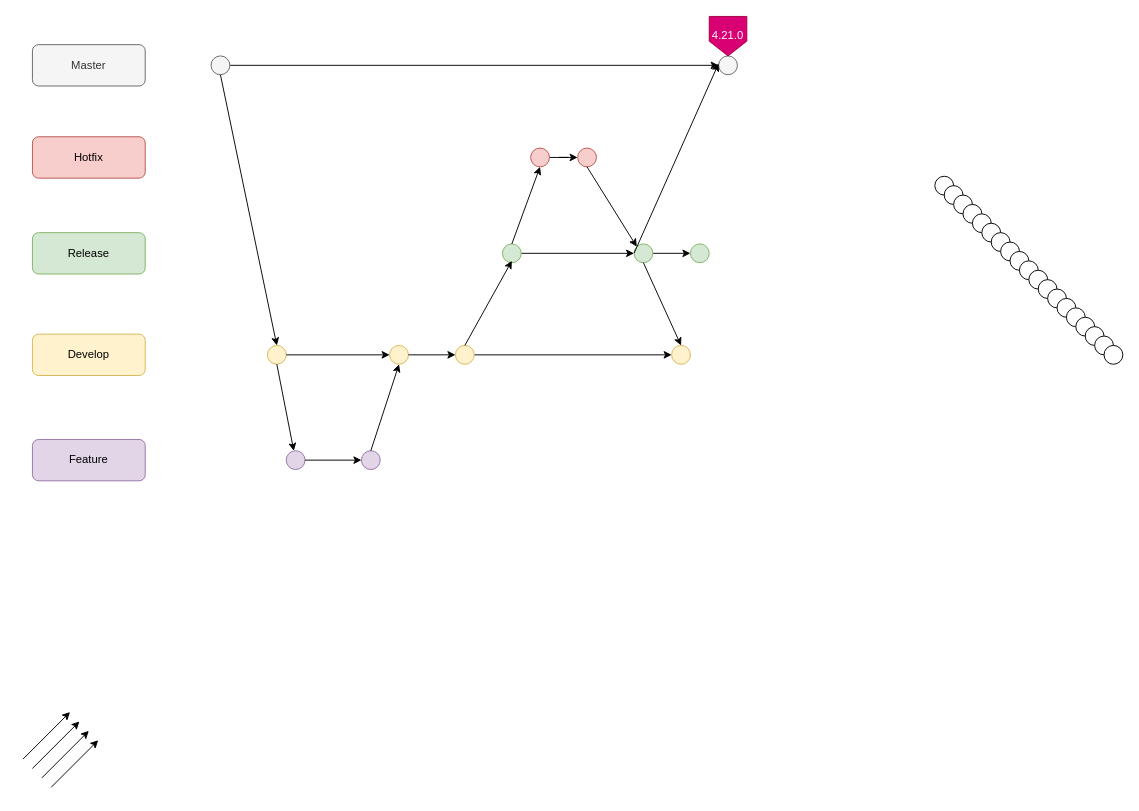
Earlier version of the draw.io diagram gm_diagram/Untitled Diagram.drawio (Xaviou1003/uml_diagram_draw). Source tidied: cells renumbered, new cells numbered last; positions are measured from the earlier drawing's top-left corner, leaving out a move shared by most shapes. Both pictures are drawn from the tidied source at 94%, with x=0, y=0 at pixel (23, 16).
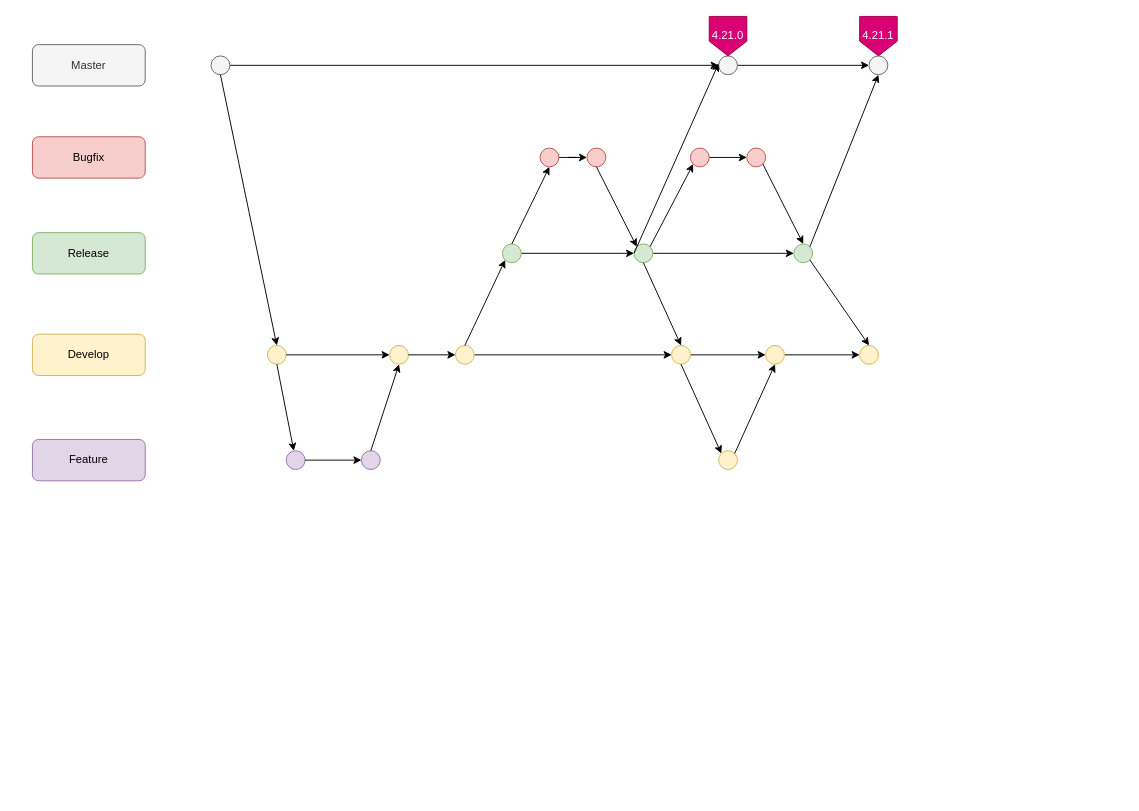
After the change.

The change refers to these unchanged cells:
```xml
<mxCell id="4" style="ellipse;whiteSpace=wrap;html=1;fillColor=#f5f5f5;strokeColor=#666666;fontColor=#333333;" parent="1" vertex="1">
  <mxGeometry x="740" y="42" width="20" height="20" as="geometry" />
</mxCell>
<mxCell id="10" style="ellipse;whiteSpace=wrap;html=1;fillColor=#fff2cc;strokeColor=#d6b656;" parent="1" vertex="1">
  <mxGeometry x="460" y="350" width="20" height="20" as="geometry" />
</mxCell>
<mxCell id="11" style="ellipse;whiteSpace=wrap;html=1;fillColor=#fff2cc;strokeColor=#d6b656;" parent="1" vertex="1">
  <mxGeometry x="690" y="350" width="20" height="20" as="geometry" />
</mxCell>
<mxCell id="13" style="ellipse;whiteSpace=wrap;html=1;fillColor=#d5e8d4;strokeColor=#82b366;" parent="1" vertex="1">
  <mxGeometry x="510" y="242" width="20" height="20" as="geometry" />
</mxCell>
<mxCell id="15" style="ellipse;whiteSpace=wrap;html=1;fillColor=#d5e8d4;strokeColor=#82b366;" parent="1" vertex="1">
  <mxGeometry x="650" y="242" width="20" height="20" as="geometry" />
</mxCell>
```

Diff of the diagram source:
```diff
@@
+    <mxCell id="60" style="edgeStyle=orthogonalEdgeStyle;rounded=0;jettySize=auto;html=1;" parent="1" edge="1" source="4" target="61">
+      <mxGeometry relative="1" as="geometry" />
+    </mxCell>
@@
+    <mxCell id="61" style="ellipse;whiteSpace=wrap;html=1;fillColor=#f5f5f5;strokeColor=#666666;fontColor=#333333;" parent="1" vertex="1">
+      <mxGeometry x="900" y="42" width="20" height="20" as="geometry" />
+    </mxCell>
@@
+    <mxCell id="62" style="edgeStyle=orthogonalEdgeStyle;rounded=0;jettySize=auto;html=1;" parent="1" edge="1" source="11" target="64">
+      <mxGeometry relative="1" as="geometry" />
+    </mxCell>
@@
+    <mxCell id="63" style="edgeStyle=orthogonalEdgeStyle;rounded=0;jettySize=auto;html=1;" parent="1" edge="1" source="64" target="65">
+      <mxGeometry relative="1" as="geometry" />
+    </mxCell>
+    <mxCell id="64" style="ellipse;whiteSpace=wrap;html=1;fillColor=#fff2cc;strokeColor=#d6b656;" parent="1" vertex="1">
+      <mxGeometry x="790" y="350" width="20" height="20" as="geometry" />
+    </mxCell>
+    <mxCell id="65" style="ellipse;whiteSpace=wrap;html=1;fillColor=#fff2cc;strokeColor=#d6b656;" parent="1" vertex="1">
+      <mxGeometry x="890" y="350" width="20" height="20" as="geometry" />
+    </mxCell>
@@
     <mxCell id="16" style="ellipse;whiteSpace=wrap;html=1;fillColor=#d5e8d4;strokeColor=#82b366;" parent="1" vertex="1">
-      <mxGeometry x="710" y="242" width="20" height="20" as="geometry" />
+      <mxGeometry x="820" y="242" width="20" height="20" as="geometry" />
     </mxCell>
@@
     <mxCell id="18" style="ellipse;whiteSpace=wrap;html=1;fillColor=#f8cecc;strokeColor=#b85450;" parent="1" vertex="1">
-      <mxGeometry x="540" y="140" width="20" height="20" as="geometry" />
+      <mxGeometry x="550" y="140" width="20" height="20" as="geometry" />
     </mxCell>
     <mxCell id="19" style="ellipse;whiteSpace=wrap;html=1;fillColor=#f8cecc;strokeColor=#b85450;" parent="1" vertex="1">
-      <mxGeometry x="590" y="140" width="20" height="20" as="geometry" />
+      <mxGeometry x="600" y="140" width="20" height="20" as="geometry" />
     </mxCell>
+    <mxCell id="66" style="edgeStyle=orthogonalEdgeStyle;rounded=0;jettySize=auto;html=1;" parent="1" edge="1" source="67" target="68">
+      <mxGeometry relative="1" as="geometry" />
+    </mxCell>
+    <mxCell id="67" style="ellipse;whiteSpace=wrap;html=1;fillColor=#f8cecc;strokeColor=#b85450;" parent="1" vertex="1">
+      <mxGeometry x="710" y="140" width="20" height="20" as="geometry" />
+    </mxCell>
+    <mxCell id="68" style="ellipse;whiteSpace=wrap;html=1;fillColor=#f8cecc;strokeColor=#b85450;" parent="1" vertex="1">
+      <mxGeometry x="770" y="140" width="20" height="20" as="geometry" />
+    </mxCell>
-    <mxCell id="20" style="ellipse;whiteSpace=wrap;html=1;" parent="1" vertex="1">
-      <mxGeometry x="970" y="170" width="20" height="20" as="geometry" />
+    <mxCell id="20" style="ellipse;whiteSpace=wrap;html=1;fillColor=#fff2cc;strokeColor=#d6b656;" parent="1" vertex="1">
+      <mxGeometry x="740" y="462" width="20" height="20" as="geometry" />
     </mxCell>
-    <mxCell id="21" style="ellipse;whiteSpace=wrap;html=1;" parent="1" vertex="1">
-      <mxGeometry x="980" y="180" width="20" height="20" as="geometry" />
-    </mxCell>
-    <mxCell id="22" style="ellipse;whiteSpace=wrap;html=1;" parent="1" vertex="1">
-      <mxGeometry x="990" y="190" width="20" height="20" as="geometry" />
-    </mxCell>
-    <mxCell id="23" style="ellipse;whiteSpace=wrap;html=1;" parent="1" vertex="1">
-      <mxGeometry x="1000" y="200" width="20" height="20" as="geometry" />
-    </mxCell>
-    <mxCell id="24" style="ellipse;whiteSpace=wrap;html=1;" parent="1" vertex="1">
-      <mxGeometry x="1010" y="210" width="20" height="20" as="geometry" />
-    </mxCell>
-    <mxCell id="25" style="ellipse;whiteSpace=wrap;html=1;" parent="1" vertex="1">
-      <mxGeometry x="1020" y="220" width="20" height="20" as="geometry" />
-    </mxCell>
-    <mxCell id="26" style="ellipse;whiteSpace=wrap;html=1;" parent="1" vertex="1">
-      <mxGeometry x="1030" y="230" width="20" height="20" as="geometry" />
-    </mxCell>
-    <mxCell id="27" style="ellipse;whiteSpace=wrap;html=1;" parent="1" vertex="1">
-      <mxGeometry x="1040" y="240" width="20" height="20" as="geometry" />
-    </mxCell>
-    <mxCell id="28" style="ellipse;whiteSpace=wrap;html=1;" parent="1" vertex="1">
-      <mxGeometry x="1050" y="250" width="20" height="20" as="geometry" />
-    </mxCell>
-    <mxCell id="29" style="ellipse;whiteSpace=wrap;html=1;" parent="1" vertex="1">
-      <mxGeometry x="1060" y="260" width="20" height="20" as="geometry" />
-    </mxCell>
-    <mxCell id="30" style="ellipse;whiteSpace=wrap;html=1;" parent="1" vertex="1">
-      <mxGeometry x="1070" y="270" width="20" height="20" as="geometry" />
-    </mxCell>
-    <mxCell id="31" style="ellipse;whiteSpace=wrap;html=1;" parent="1" vertex="1">
-      <mxGeometry x="1080" y="280" width="20" height="20" as="geometry" />
-    </mxCell>
-    <mxCell id="32" style="ellipse;whiteSpace=wrap;html=1;" parent="1" vertex="1">
-      <mxGeometry x="1090" y="290" width="20" height="20" as="geometry" />
-    </mxCell>
-    <mxCell id="33" style="ellipse;whiteSpace=wrap;html=1;" parent="1" vertex="1">
-      <mxGeometry x="1100" y="300" width="20" height="20" as="geometry" />
-    </mxCell>
-    <mxCell id="34" style="ellipse;whiteSpace=wrap;html=1;" parent="1" vertex="1">
-      <mxGeometry x="1110" y="310" width="20" height="20" as="geometry" />
-    </mxCell>
-    <mxCell id="35" style="ellipse;whiteSpace=wrap;html=1;" parent="1" vertex="1">
-      <mxGeometry x="1120" y="320" width="20" height="20" as="geometry" />
-    </mxCell>
-    <mxCell id="36" style="ellipse;whiteSpace=wrap;html=1;" parent="1" vertex="1">
-      <mxGeometry x="1130" y="330" width="20" height="20" as="geometry" />
-    </mxCell>
-    <mxCell id="37" style="ellipse;whiteSpace=wrap;html=1;" parent="1" vertex="1">
-      <mxGeometry x="1140" y="340" width="20" height="20" as="geometry" />
-    </mxCell>
-    <mxCell id="38" style="ellipse;whiteSpace=wrap;html=1;" parent="1" vertex="1">
-      <mxGeometry x="1150" y="350" width="20" height="20" as="geometry" />
-    </mxCell>
@@
-    <mxCell id="40" value="Hotfix" style="rounded=1;whiteSpace=wrap;html=1;fillColor=#f8cecc;strokeColor=#b85450;" parent="1" vertex="1">
+    <mxCell id="40" value="Bugfix" style="rounded=1;whiteSpace=wrap;html=1;fillColor=#f8cecc;strokeColor=#b85450;" parent="1" vertex="1">
       <mxGeometry x="10" y="128" width="120" height="44" as="geometry" />
     </mxCell>
@@
-    <mxCell id="50" style="endArrow=classic;html=1;exitX=0.5;exitY=0;exitDx=0;exitDy=0;" parent="1" edge="1" source="10">
-      <mxGeometry relative="1" as="geometry">
-        <mxPoint x="520" y="260" as="targetPoint" />
-      </mxGeometry>
+    <mxCell id="50" style="endArrow=classic;html=1;exitX=0.5;exitY=0;exitDx=0;exitDy=0;entryX=0;entryY=1;entryDx=0;entryDy=0;" parent="1" edge="1" source="10" target="13">
+      <mxGeometry relative="1" as="geometry" />
     </mxCell>
-    <mxCell id="51" style="endArrow=classic;html=1;exitX=0.5;exitY=0;exitDx=0;exitDy=0;" parent="1" edge="1" source="13">
-      <mxGeometry relative="1" as="geometry">
-        <mxPoint x="550" y="160" as="targetPoint" />
-      </mxGeometry>
+    <mxCell id="51" style="endArrow=classic;html=1;exitX=0.5;exitY=0;exitDx=0;exitDy=0;entryX=0.5;entryY=1;entryDx=0;entryDy=0;" parent="1" edge="1" source="13" target="18">
+      <mxGeometry relative="1" as="geometry" />
     </mxCell>
@@
-    <mxCell id="56" style="endArrow=classic;html=1;" parent="1" edge="1">
-      <mxGeometry relative="1" as="geometry">
-        <mxPoint y="790" as="sourcePoint" />
-        <mxPoint x="50" y="740" as="targetPoint" />
-      </mxGeometry>
+    <mxCell id="56" style="endArrow=classic;html=1;exitX=1;exitY=0;exitDx=0;exitDy=0;entryX=0;entryY=1;entryDx=0;entryDy=0;" parent="1" edge="1" source="15" target="67">
+      <mxGeometry relative="1" as="geometry" />
     </mxCell>
-    <mxCell id="57" style="endArrow=classic;html=1;" parent="1" edge="1">
-      <mxGeometry relative="1" as="geometry">
-        <mxPoint x="10" y="800" as="sourcePoint" />
-        <mxPoint x="60" y="750" as="targetPoint" />
-      </mxGeometry>
+    <mxCell id="57" style="endArrow=classic;html=1;entryX=0.5;entryY=0;entryDx=0;entryDy=0;exitX=1;exitY=1;exitDx=0;exitDy=0;" parent="1" edge="1" source="68" target="16">
+      <mxGeometry relative="1" as="geometry" />
     </mxCell>
-    <mxCell id="58" style="endArrow=classic;html=1;" parent="1" edge="1">
-      <mxGeometry relative="1" as="geometry">
-        <mxPoint x="20" y="810" as="sourcePoint" />
-        <mxPoint x="70" y="760" as="targetPoint" />
-      </mxGeometry>
+    <mxCell id="58" style="endArrow=classic;html=1;exitX=1;exitY=0;exitDx=0;exitDy=0;entryX=0.5;entryY=1;entryDx=0;entryDy=0;" parent="1" edge="1" source="16" target="61">
+      <mxGeometry relative="1" as="geometry" />
     </mxCell>
-    <mxCell id="59" style="endArrow=classic;html=1;" parent="1" edge="1">
-      <mxGeometry relative="1" as="geometry">
-        <mxPoint x="30" y="820" as="sourcePoint" />
-        <mxPoint x="80" y="770" as="targetPoint" />
-      </mxGeometry>
+    <mxCell id="59" style="endArrow=classic;html=1;exitX=0.5;exitY=1;exitDx=0;exitDy=0;entryX=0;entryY=0;entryDx=0;entryDy=0;" parent="1" edge="1" source="11" target="20">
+      <mxGeometry relative="1" as="geometry" />
     </mxCell>
+    <mxCell id="69" value="4.21.1" style="shape=offPageConnector;whiteSpace=wrap;html=1;fillColor=#d80073;strokeColor=#A50040;fontColor=#ffffff;" parent="1" vertex="1">
+      <mxGeometry x="890" width="40" height="42" as="geometry" />
+    </mxCell>
+    <mxCell id="70" style="endArrow=classic;html=1;exitX=1;exitY=0;exitDx=0;exitDy=0;" parent="1" edge="1" source="20">
+      <mxGeometry relative="1" as="geometry">
+        <mxPoint x="800" y="370" as="targetPoint" />
+      </mxGeometry>
+    </mxCell>
+    <mxCell id="71" style="endArrow=classic;html=1;entryX=0.5;entryY=0;entryDx=0;entryDy=0;exitX=1;exitY=1;exitDx=0;exitDy=0;" parent="1" edge="1" source="16" target="65">
+      <mxGeometry relative="1" as="geometry" />
+    </mxCell>
```
